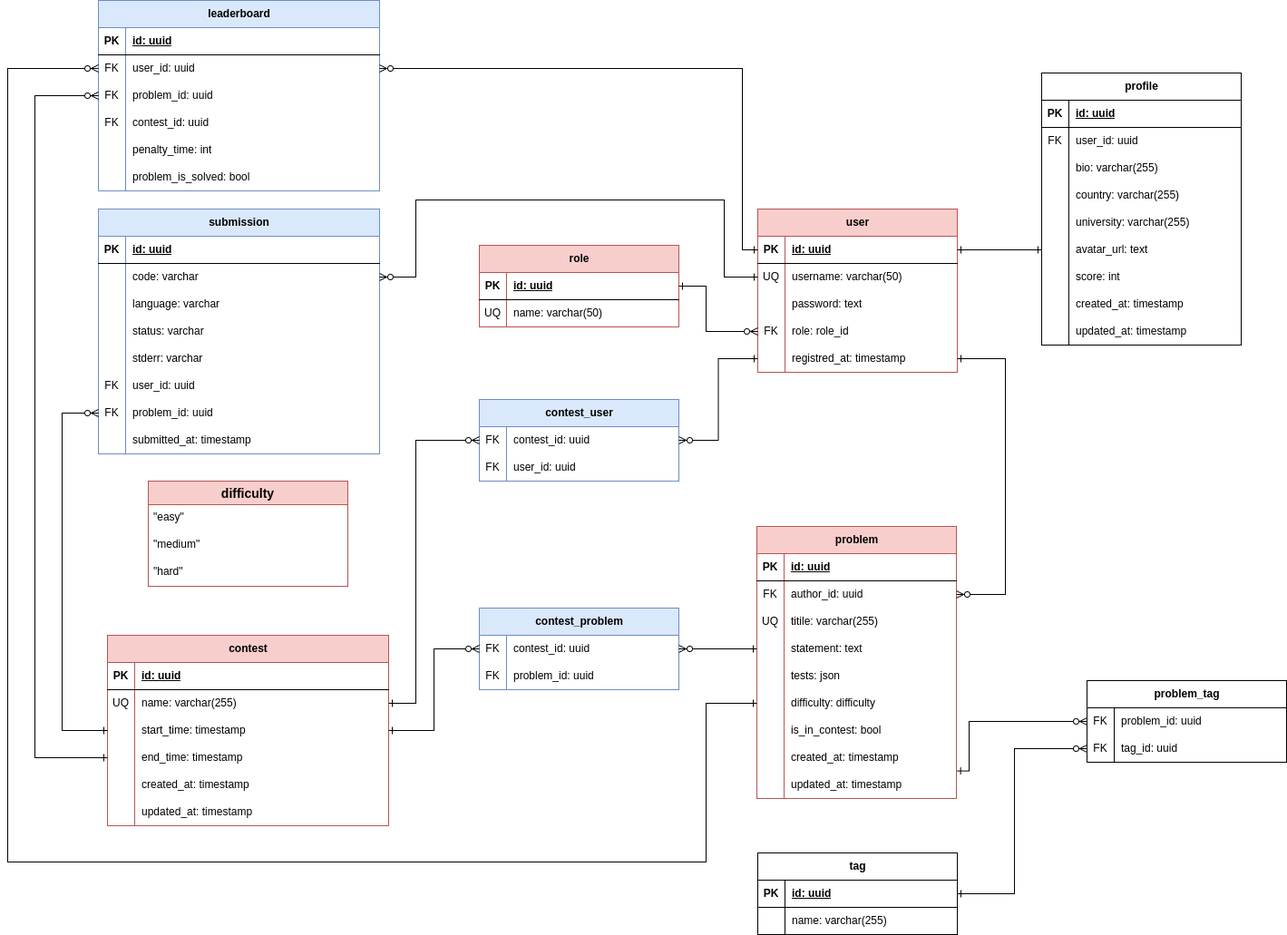
Before: docs/erd.png, a diagram exported from draw.io (Jduun/contest-platform). Source tidied: cells renumbered, new cells last; positions are measured from the earlier drawing's top-left corner, leaving out a move shared by most shapes.
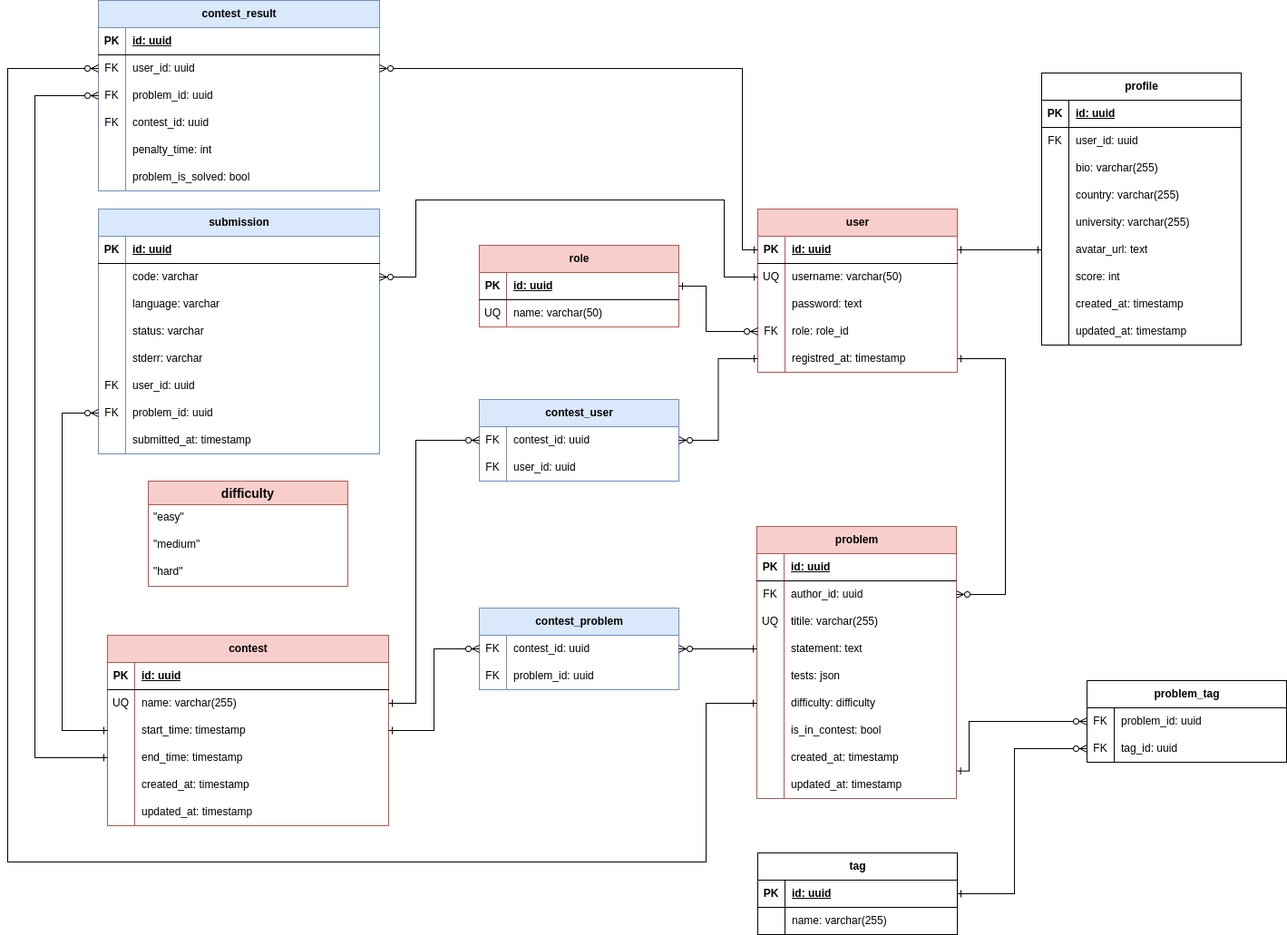
The same file after the commit.

Diff of the diagram source:
```diff
@@ -519,7 +519,7 @@
         </Array>
       </mxGeometry>
     </mxCell>
-    <mxCell id="166" value="leaderboard" style="shape=table;startSize=30;rowLines=0;fontStyle=1;align=center;html=1;fillColor=#dae8fc;strokeColor=#6c8ebf;" parent="1" vertex="1">
+    <mxCell id="166" value="contest_result" style="shape=table;startSize=30;rowLines=0;fontStyle=1;align=center;html=1;fillColor=#dae8fc;strokeColor=#6c8ebf;" parent="1" vertex="1">
       <mxGeometry x="100" width="310" height="210" as="geometry" />
     </mxCell>
     <mxCell id="167" style="shape=tableRow;horizontal=0;startSize=0;swimlaneHead=0;swimlaneBody=0;fillColor=none;top=0;left=0;right=0;bottom=1;" parent="166" vertex="1">
```
